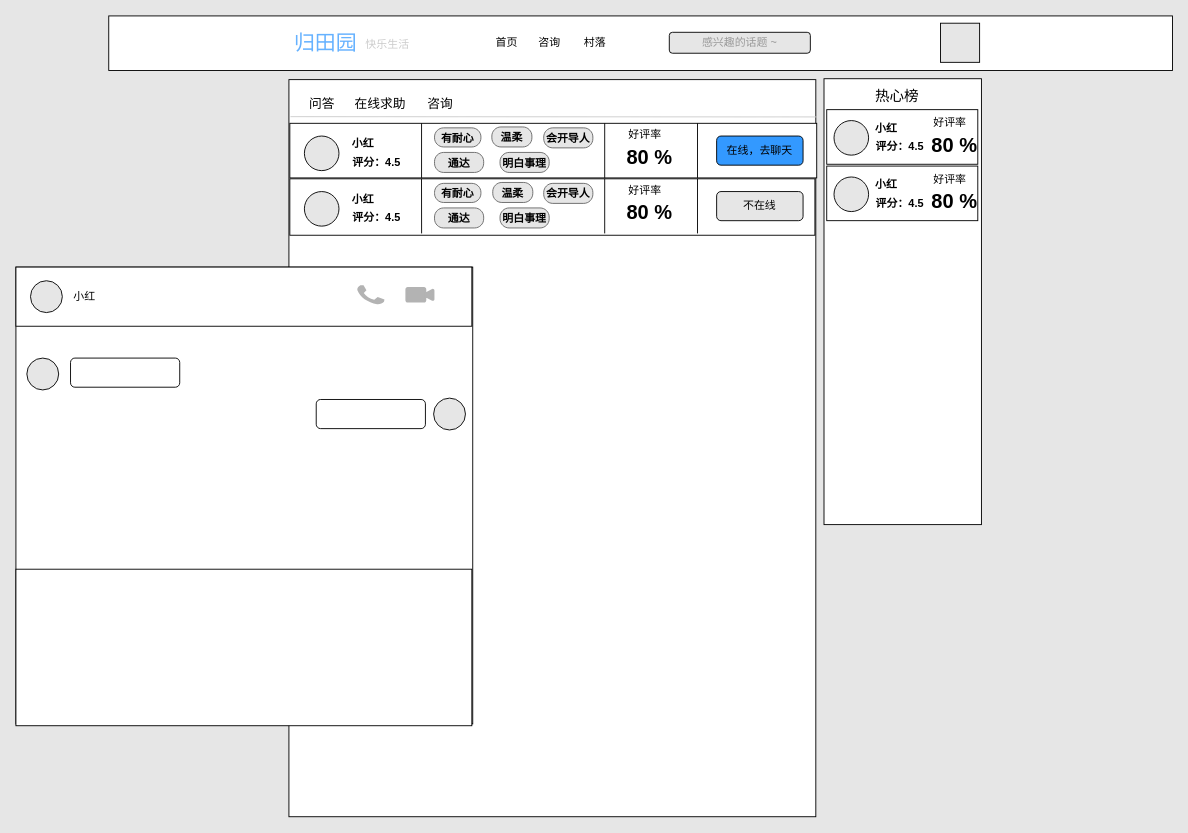
Before: 个人/归田园/ui.drawio in sure0000/note, a draw.io diagram. Source tidied: cells renumbered, new cells numbered last; positions are measured from the earlier drawing's top-left corner, leaving out a move shared by most shapes. Both pictures are drawn from the tidied source at 91%, with x=0, y=0 at pixel (15, 15).
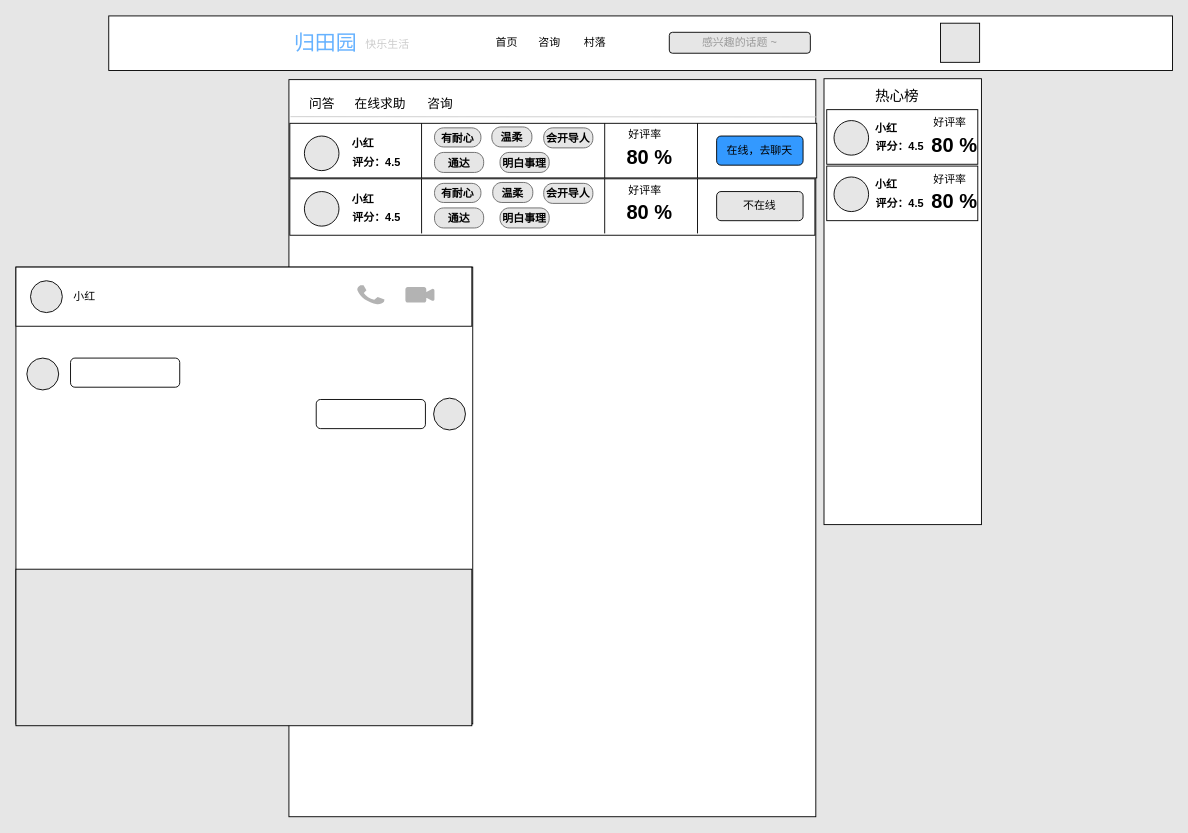
Above is the later version.

The edit, as a diff of the source:
```diff
@@
-    <mxCell id="65" style="rounded=0;whiteSpace=wrap;html=1;fillColor=#FFFFFF;" parent="1" vertex="1">
+    <mxCell id="65" style="rounded=0;whiteSpace=wrap;html=1;fillColor=#E6E6E6;" parent="1" vertex="1">
       <mxGeometry y="608" width="501" height="172" as="geometry" />
     </mxCell>
```
